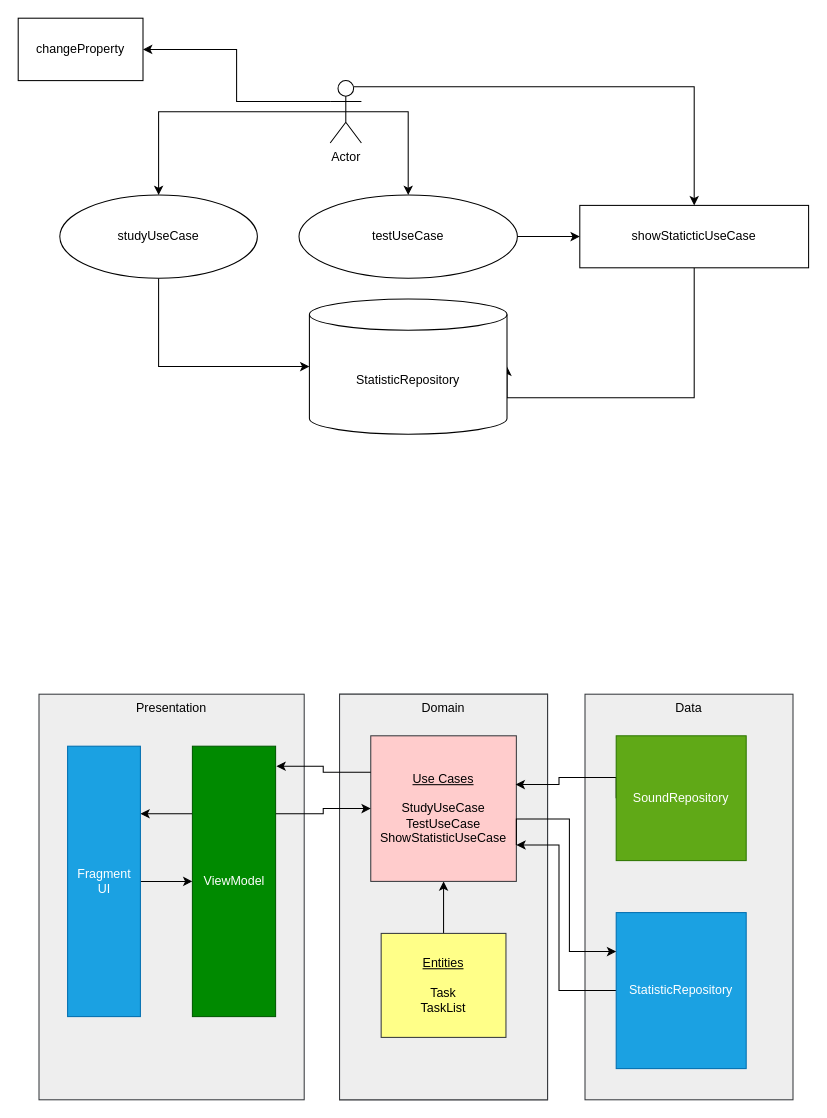
Before: diagram/MultiplicationTable.drawio in korney-by/MultiplicationTable, a draw.io diagram. Source tidied: cells renumbered, new cells numbered last; positions are measured from the earlier drawing's top-left corner, leaving out a move shared by most shapes. Both pictures are drawn from the tidied source at 104%, with x=0, y=0 at pixel (18, 18).
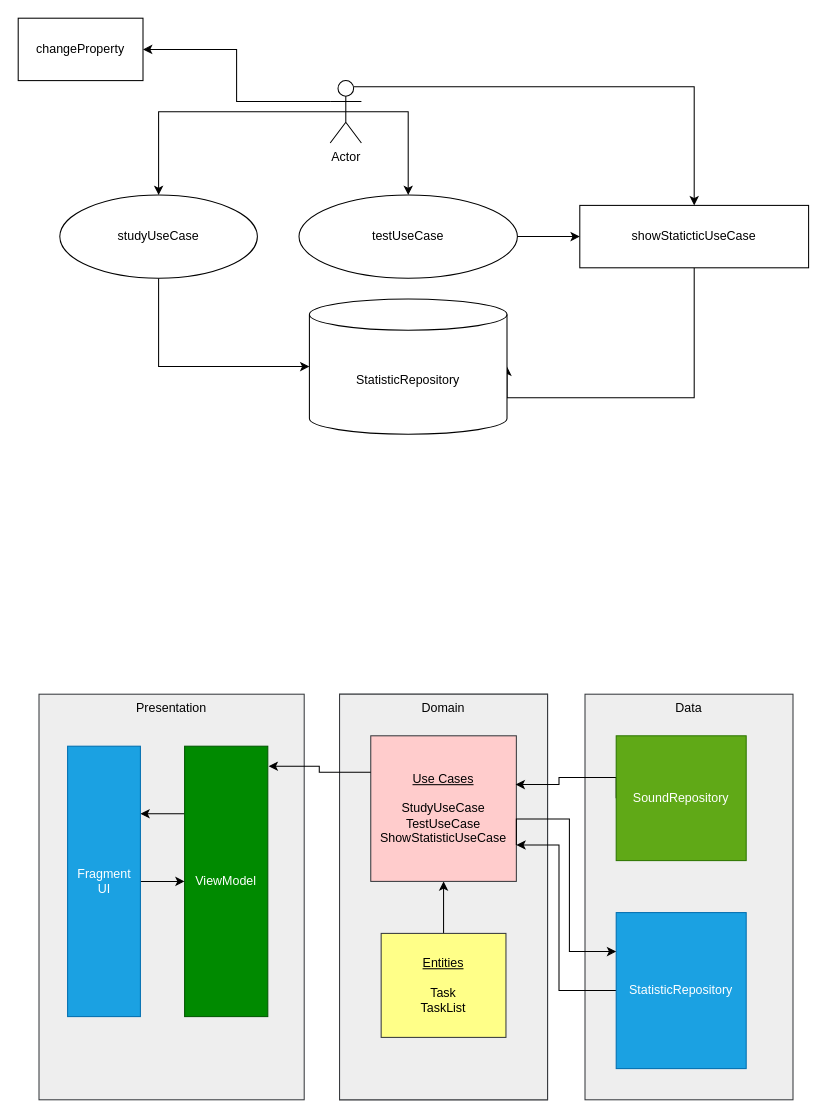
After the change.

Unchanged cells that the change refers to:
```xml
<mxCell id="20" value="&lt;u&gt;Use Cases&lt;br&gt;&lt;/u&gt;&lt;br&gt;&lt;span&gt;StudyUseCase&lt;/span&gt;&lt;br&gt;&lt;span&gt;TestUseCase&lt;/span&gt;&lt;br&gt;&lt;span&gt;ShowStatisticUseCase&lt;/span&gt;" style="rounded=0;whiteSpace=wrap;html=1;fillColor=#ffcccc;strokeColor=#36393d;" parent="16" vertex="1">
  <mxGeometry x="30" y="40" width="140" height="140" as="geometry" />
</mxCell>
```

What changed in the source:
```diff
@@
-    <mxCell id="21" style="edgeStyle=orthogonalEdgeStyle;rounded=0;jettySize=auto;html=1;exitX=1;exitY=0.25;exitDx=0;exitDy=0;entryX=0;entryY=0.5;entryDx=0;entryDy=0;" parent="1" edge="1" source="23" target="20">
-      <mxGeometry relative="1" as="geometry" />
-    </mxCell>
@@
     <mxCell id="23" value="ViewModel" style="rounded=0;whiteSpace=wrap;html=1;fillColor=#008a00;fontColor=#ffffff;strokeColor=#005700;" parent="1" vertex="1">
-      <mxGeometry x="167.5" y="700" width="80" height="260" as="geometry" />
+      <mxGeometry x="160" y="700" width="80" height="260" as="geometry" />
     </mxCell>
```
